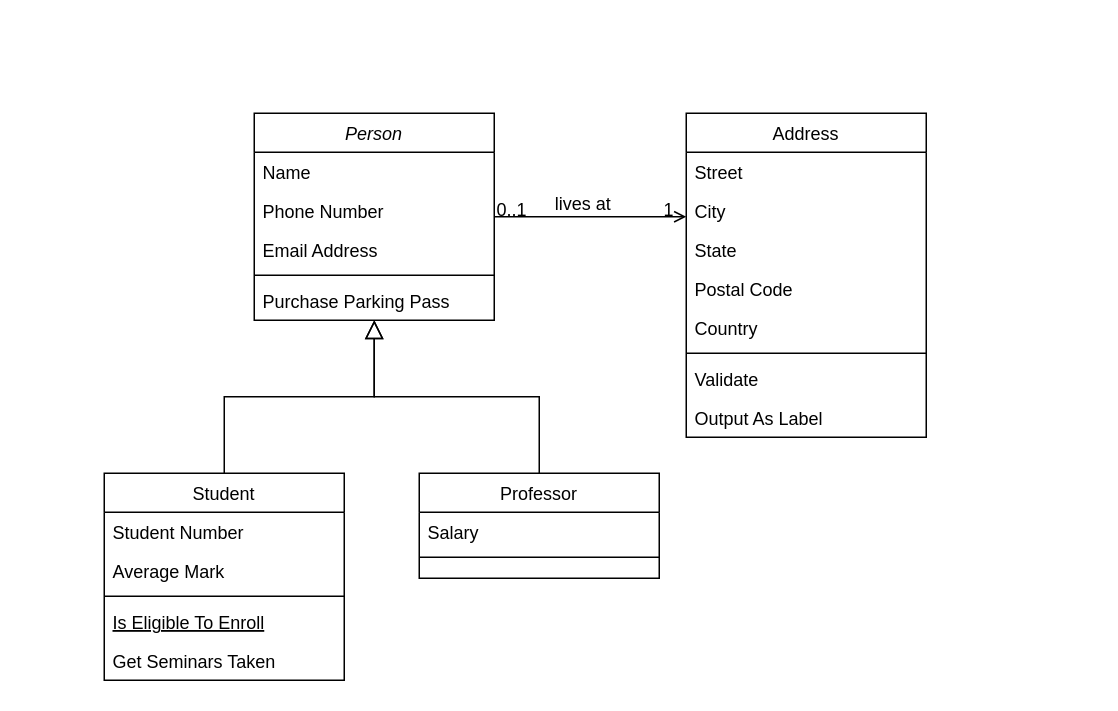
Earlier version of the draw.io diagram Content Recommender ER.drawio (RabindraMishra-AIDS/Credit-Card-Analysis-Power-BI). Source tidied: cells renumbered, new cells numbered last; positions are measured from the earlier drawing's top-left corner, leaving out a move shared by most shapes. Both pictures are drawn from the tidied source at 150%, with x=0, y=0 at pixel (104, 112).
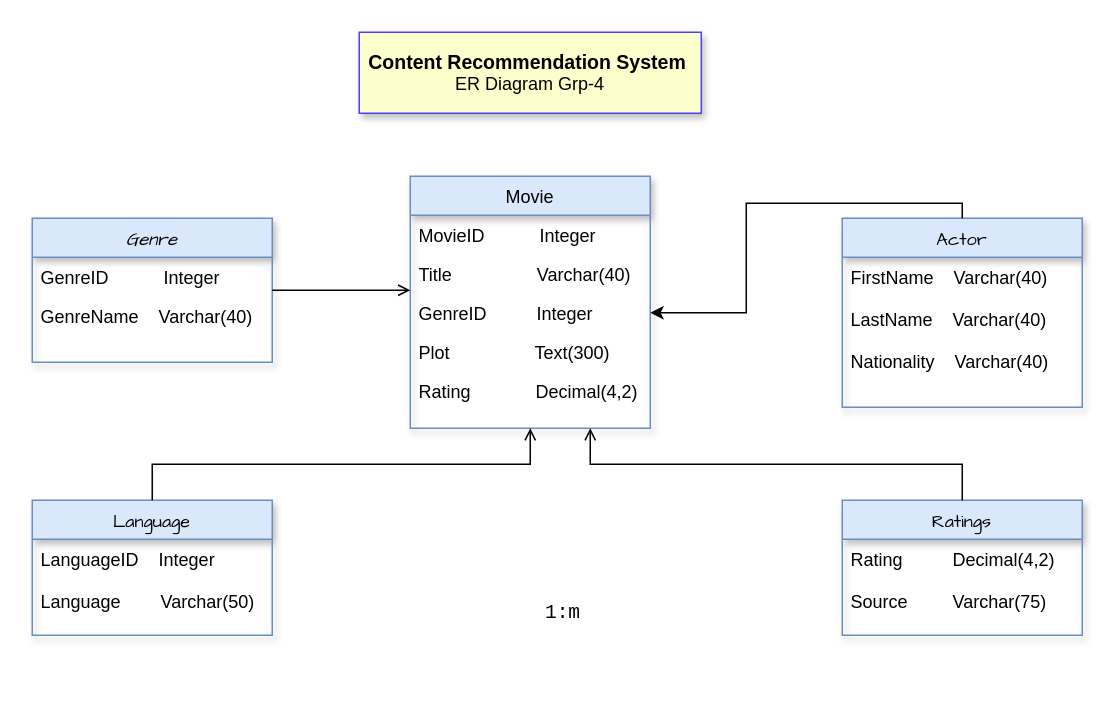
Above is the later version.

Unchanged cells that the change refers to:
```xml
<mxCell id="28" style="endArrow=open;shadow=0;strokeWidth=1;rounded=0;curved=0;endFill=1;edgeStyle=elbowEdgeStyle;elbow=vertical;" parent="1" edge="1" source="2" target="19">
  <mxGeometry x="0.5" y="41" relative="1" as="geometry">
    <mxPoint x="-40" y="32" as="offset" />
  </mxGeometry>
</mxCell>
```

Change to the diagram source:
```diff
@@
-    <mxCell id="2" value="Person" style="swimlane;fontStyle=2;align=center;verticalAlign=top;horizontal=1;startSize=26;rounded=0;shadow=0;strokeWidth=1;" parent="1" vertex="1">
-      <mxGeometry x="100" width="160" height="138" as="geometry" />
+    <mxCell id="2" value="Genre" style="swimlane;fontStyle=2;align=center;verticalAlign=top;horizontal=1;startSize=26;rounded=0;shadow=1;strokeWidth=1;labelBackgroundColor=none;fontFamily=Comic Sans MS;fillColor=#dae8fc;strokeColor=#6c8ebf;" parent="1" vertex="1">
+      <mxGeometry x="-48" y="70" width="160" height="96" as="geometry" />
     </mxCell>
-    <mxCell id="3" value="Name" style="text;align=left;verticalAlign=top;spacingLeft=4;spacingRight=4;overflow=hidden;" parent="2" vertex="1">
+    <mxCell id="3" value="GenreID           Integer" style="text;align=left;verticalAlign=top;spacingLeft=4;spacingRight=4;overflow=hidden;" parent="2" vertex="1">
       <mxGeometry y="26" width="160" height="26" as="geometry" />
     </mxCell>
-    <mxCell id="4" value="Phone Number" style="text;align=left;verticalAlign=top;spacingLeft=4;spacingRight=4;overflow=hidden;rounded=0;shadow=0;html=0;" parent="2" vertex="1">
+    <mxCell id="4" value="GenreName    Varchar(40)" style="text;align=left;verticalAlign=top;spacingLeft=4;spacingRight=4;overflow=hidden;rounded=0;shadow=0;html=0;" parent="2" vertex="1">
       <mxGeometry y="52" width="160" height="26" as="geometry" />
     </mxCell>
-    <mxCell id="5" value="Email Address" style="text;align=left;verticalAlign=top;spacingLeft=4;spacingRight=4;overflow=hidden;rounded=0;shadow=0;html=0;" parent="2" vertex="1">
-      <mxGeometry y="78" width="160" height="26" as="geometry" />
-    </mxCell>
-    <mxCell id="6" style="line;html=1;strokeWidth=1;align=left;verticalAlign=middle;spacingTop=-1;spacingLeft=3;spacingRight=3;labelPosition=right;" parent="2" vertex="1">
-      <mxGeometry y="104" width="160" height="8" as="geometry" />
-    </mxCell>
-    <mxCell id="7" value="Purchase Parking Pass" style="text;align=left;verticalAlign=top;spacingLeft=4;spacingRight=4;overflow=hidden;" parent="2" vertex="1">
-      <mxGeometry y="112" width="160" height="26" as="geometry" />
-    </mxCell>
-    <mxCell id="8" value="Student" style="swimlane;fontStyle=0;align=center;verticalAlign=top;horizontal=1;startSize=26;rounded=0;shadow=0;strokeWidth=1;" parent="1" vertex="1">
-      <mxGeometry y="240" width="160" height="138" as="geometry" />
+    <mxCell id="8" value="Language" style="swimlane;fontStyle=0;align=center;verticalAlign=top;horizontal=1;startSize=26;rounded=0;shadow=1;strokeWidth=1;fontFamily=Comic Sans MS;fillColor=#dae8fc;strokeColor=#6c8ebf;" parent="1" vertex="1">
+      <mxGeometry x="-48" y="258" width="160" height="90" as="geometry" />
     </mxCell>
-    <mxCell id="9" value="Student Number" style="text;align=left;verticalAlign=top;spacingLeft=4;spacingRight=4;overflow=hidden;" parent="8" vertex="1">
-      <mxGeometry y="26" width="160" height="26" as="geometry" />
+    <mxCell id="9" value="LanguageID    Integer&#10;&#10;Language        Varchar(50)" style="text;align=left;verticalAlign=top;spacingLeft=4;spacingRight=4;overflow=hidden;" parent="8" vertex="1">
+      <mxGeometry y="26" width="160" height="64" as="geometry" />
     </mxCell>
-    <mxCell id="10" value="Average Mark" style="text;align=left;verticalAlign=top;spacingLeft=4;spacingRight=4;overflow=hidden;rounded=0;shadow=0;html=0;" parent="8" vertex="1">
-      <mxGeometry y="52" width="160" height="26" as="geometry" />
-    </mxCell>
-    <mxCell id="11" style="line;html=1;strokeWidth=1;align=left;verticalAlign=middle;spacingTop=-1;spacingLeft=3;spacingRight=3;labelPosition=right;" parent="8" vertex="1">
-      <mxGeometry y="78" width="160" height="8" as="geometry" />
-    </mxCell>
-    <mxCell id="12" value="Is Eligible To Enroll" style="text;align=left;verticalAlign=top;spacingLeft=4;spacingRight=4;overflow=hidden;fontStyle=4;" parent="8" vertex="1">
-      <mxGeometry y="86" width="160" height="26" as="geometry" />
-    </mxCell>
-    <mxCell id="13" value="Get Seminars Taken" style="text;align=left;verticalAlign=top;spacingLeft=4;spacingRight=4;overflow=hidden;" parent="8" vertex="1">
-      <mxGeometry y="112" width="160" height="26" as="geometry" />
-    </mxCell>
-    <mxCell id="14" style="endArrow=block;endSize=10;endFill=0;shadow=0;strokeWidth=1;rounded=0;curved=0;edgeStyle=elbowEdgeStyle;elbow=vertical;" parent="1" edge="1" source="8" target="2">
-      <mxGeometry relative="1" as="geometry" />
-    </mxCell>
-    <mxCell id="15" value="Professor" style="swimlane;fontStyle=0;align=center;verticalAlign=top;horizontal=1;startSize=26;rounded=0;shadow=0;strokeWidth=1;" parent="1" vertex="1">
-      <mxGeometry x="210" y="240" width="160" height="70" as="geometry" />
+    <mxCell id="15" value="Ratings" style="swimlane;fontStyle=0;align=center;verticalAlign=top;horizontal=1;startSize=26;rounded=0;shadow=1;strokeWidth=1;fontFamily=Comic Sans MS;fillColor=#dae8fc;strokeColor=#6c8ebf;" parent="1" vertex="1">
+      <mxGeometry x="492" y="258" width="160" height="90" as="geometry" />
     </mxCell>
-    <mxCell id="16" value="Salary" style="text;align=left;verticalAlign=top;spacingLeft=4;spacingRight=4;overflow=hidden;" parent="15" vertex="1">
-      <mxGeometry y="26" width="160" height="26" as="geometry" />
+    <mxCell id="16" value="Rating          Decimal(4,2)&#10;&#10;Source         Varchar(75)&#10;" style="text;align=left;verticalAlign=top;spacingLeft=4;spacingRight=4;overflow=hidden;" parent="15" vertex="1">
+      <mxGeometry y="26" width="160" height="46" as="geometry" />
     </mxCell>
-    <mxCell id="17" style="line;html=1;strokeWidth=1;align=left;verticalAlign=middle;spacingTop=-1;spacingLeft=3;spacingRight=3;labelPosition=right;" parent="15" vertex="1">
-      <mxGeometry y="52" width="160" height="8" as="geometry" />
-    </mxCell>
-    <mxCell id="18" style="endArrow=block;endSize=10;endFill=0;shadow=0;strokeWidth=1;rounded=0;curved=0;edgeStyle=elbowEdgeStyle;elbow=vertical;" parent="1" edge="1" source="15" target="2">
-      <mxGeometry relative="1" as="geometry" />
-    </mxCell>
-    <mxCell id="19" value="Address" style="swimlane;fontStyle=0;align=center;verticalAlign=top;horizontal=1;startSize=26;rounded=0;shadow=0;strokeWidth=1;" parent="1" vertex="1">
-      <mxGeometry x="388" width="160" height="216" as="geometry" />
+    <mxCell id="19" value="Movie" style="swimlane;fontStyle=0;align=center;verticalAlign=top;horizontal=1;startSize=26;rounded=0;shadow=1;strokeWidth=1;fillColor=#dae8fc;strokeColor=#6c8ebf;" parent="1" vertex="1">
+      <mxGeometry x="204" y="42" width="160" height="168" as="geometry" />
     </mxCell>
-    <mxCell id="20" value="Street" style="text;align=left;verticalAlign=top;spacingLeft=4;spacingRight=4;overflow=hidden;" parent="19" vertex="1">
+    <mxCell id="20" value="MovieID           Integer" style="text;align=left;verticalAlign=top;spacingLeft=4;spacingRight=4;overflow=hidden;" parent="19" vertex="1">
       <mxGeometry y="26" width="160" height="26" as="geometry" />
     </mxCell>
-    <mxCell id="21" value="City" style="text;align=left;verticalAlign=top;spacingLeft=4;spacingRight=4;overflow=hidden;rounded=0;shadow=0;html=0;" parent="19" vertex="1">
+    <mxCell id="21" value="Title                 Varchar(40)" style="text;align=left;verticalAlign=top;spacingLeft=4;spacingRight=4;overflow=hidden;rounded=0;shadow=0;html=0;" parent="19" vertex="1">
       <mxGeometry y="52" width="160" height="26" as="geometry" />
     </mxCell>
-    <mxCell id="22" value="State" style="text;align=left;verticalAlign=top;spacingLeft=4;spacingRight=4;overflow=hidden;points=[[0,0.5],[1,0.5]];portConstraint=eastwest;rounded=0;shadow=0;html=0;" parent="19" vertex="1">
+    <mxCell id="22" value="GenreID          Integer" style="text;align=left;verticalAlign=top;spacingLeft=4;spacingRight=4;overflow=hidden;points=[[0,0.5],[1,0.5]];portConstraint=eastwest;rounded=0;shadow=0;html=0;" parent="19" vertex="1">
       <mxGeometry y="78" width="160" height="26" as="geometry" />
     </mxCell>
-    <mxCell id="23" value="Postal Code" style="text;align=left;verticalAlign=top;spacingLeft=4;spacingRight=4;overflow=hidden;rounded=0;shadow=0;html=0;" parent="19" vertex="1">
+    <mxCell id="23" value="Plot                 Text(300)" style="text;align=left;verticalAlign=top;spacingLeft=4;spacingRight=4;overflow=hidden;rounded=0;shadow=0;html=0;" parent="19" vertex="1">
       <mxGeometry y="104" width="160" height="26" as="geometry" />
     </mxCell>
-    <mxCell id="24" value="Country" style="text;align=left;verticalAlign=top;spacingLeft=4;spacingRight=4;overflow=hidden;rounded=0;shadow=0;html=0;" parent="19" vertex="1">
+    <mxCell id="24" value="Rating             Decimal(4,2)" style="text;align=left;verticalAlign=top;spacingLeft=4;spacingRight=4;overflow=hidden;rounded=0;shadow=0;html=0;" parent="19" vertex="1">
       <mxGeometry y="130" width="160" height="26" as="geometry" />
     </mxCell>
-    <mxCell id="25" style="line;html=1;strokeWidth=1;align=left;verticalAlign=middle;spacingTop=-1;spacingLeft=3;spacingRight=3;labelPosition=right;" parent="19" vertex="1">
-      <mxGeometry y="156" width="160" height="8" as="geometry" />
-    </mxCell>
-    <mxCell id="26" value="Validate" style="text;align=left;verticalAlign=top;spacingLeft=4;spacingRight=4;overflow=hidden;" parent="19" vertex="1">
-      <mxGeometry y="164" width="160" height="26" as="geometry" />
-    </mxCell>
-    <mxCell id="27" value="Output As Label" style="text;align=left;verticalAlign=top;spacingLeft=4;spacingRight=4;overflow=hidden;" parent="19" vertex="1">
-      <mxGeometry y="190" width="160" height="26" as="geometry" />
-    </mxCell>
@@
-    <mxCell id="29" value="0..1" style="align=left;verticalAlign=bottom;labelBackgroundColor=none;fontSize=12;" parent="28" vertex="1">
-      <mxGeometry x="-1" relative="1" as="geometry">
-        <mxPoint y="4" as="offset" />
-      </mxGeometry>
-    </mxCell>
-    <mxCell id="30" value="1" style="align=right;verticalAlign=bottom;labelBackgroundColor=none;fontSize=12;" parent="28" vertex="1">
-      <mxGeometry x="1" relative="1" as="geometry">
-        <mxPoint x="-7" y="4" as="offset" />
-      </mxGeometry>
-    </mxCell>
-    <mxCell id="31" value="lives at" style="text;html=1;align=center;verticalAlign=middle;labelBackgroundColor=none;rounded=0;shadow=0;strokeWidth=1;fontSize=12;" parent="28" vertex="1">
-      <mxGeometry x="0.5" y="49" relative="1" as="geometry">
-        <mxPoint x="-38" y="40" as="offset" />
-      </mxGeometry>
-    </mxCell>
+    <mxCell id="32" value="&lt;b&gt;&lt;font style=&quot;font-size: 13px;&quot;&gt;Content Recommendation System&lt;/font&gt;&lt;/b&gt;&amp;nbsp;&lt;div&gt;ER Diagram Grp-4&lt;/div&gt;" style="whiteSpace=wrap;html=1;shadow=1;strokeColor=#4C40FF;fillColor=#FCFFCC;" parent="1" vertex="1">
+      <mxGeometry x="170" y="-54" width="228" height="54" as="geometry" />
+    </mxCell>
+    <mxCell id="33" value="Actor" style="swimlane;fontStyle=0;align=center;verticalAlign=top;horizontal=1;startSize=26;rounded=0;shadow=1;strokeWidth=1;fontFamily=Comic Sans MS;fillColor=#dae8fc;strokeColor=#6c8ebf;" parent="1" vertex="1">
+      <mxGeometry x="492" y="70" width="160" height="126" as="geometry" />
+    </mxCell>
+    <mxCell id="34" value="FirstName    Varchar(40)&#10;&#10;LastName    Varchar(40)&#10;&#10;Nationality    Varchar(40)" style="text;align=left;verticalAlign=top;spacingLeft=4;spacingRight=4;overflow=hidden;" parent="33" vertex="1">
+      <mxGeometry y="26" width="160" height="100" as="geometry" />
+    </mxCell>
+    <mxCell id="35" style="endArrow=open;shadow=0;strokeWidth=1;rounded=0;curved=0;endFill=1;edgeStyle=elbowEdgeStyle;elbow=vertical;exitX=0.5;exitY=0;exitDx=0;exitDy=0;entryX=0.5;entryY=1;entryDx=0;entryDy=0;" parent="1" edge="1" source="8" target="19">
+      <mxGeometry x="0.5" y="41" relative="1" as="geometry">
+        <mxPoint x="-40" y="32" as="offset" />
+      </mxGeometry>
+    </mxCell>
+    <mxCell id="36" style="endArrow=open;shadow=0;strokeWidth=1;rounded=0;curved=0;endFill=1;edgeStyle=elbowEdgeStyle;elbow=vertical;exitX=0.5;exitY=0;exitDx=0;exitDy=0;entryX=0.75;entryY=1;entryDx=0;entryDy=0;" parent="1" edge="1" source="15" target="19">
+      <mxGeometry x="0.5" y="41" relative="1" as="geometry">
+        <mxPoint x="-40" y="32" as="offset" />
+      </mxGeometry>
+    </mxCell>
+    <mxCell id="37" style="endArrow=classic;html=1;rounded=0;edgeStyle=orthogonalEdgeStyle;elbow=vertical;exitX=0.5;exitY=0;exitDx=0;exitDy=0;entryX=1;entryY=0.5;entryDx=0;entryDy=0;" parent="1" edge="1" source="33" target="22">
+      <mxGeometry relative="1" as="geometry" />
+    </mxCell>
+    <mxCell id="38" value="&lt;pre&gt;&lt;font style=&quot;font-size: 13px;&quot;&gt;1:m&lt;/font&gt;&lt;/pre&gt;" style="text;strokeColor=none;align=center;fillColor=none;html=1;verticalAlign=middle;whiteSpace=wrap;rounded=0;" parent="1" vertex="1">
+      <mxGeometry x="276" y="318" width="60" height="30" as="geometry" />
+    </mxCell>
```
